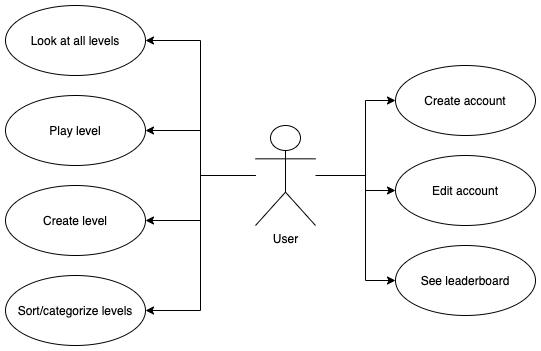
This is images/UseCaseDiagram_CS-Play.png from jdr479/CS-Play, a draw.io export, as it was before one commit. Source tidied: cells renumbered, new cells last; positions are measured from the earlier drawing's top-left corner, leaving out a move shared by most shapes.
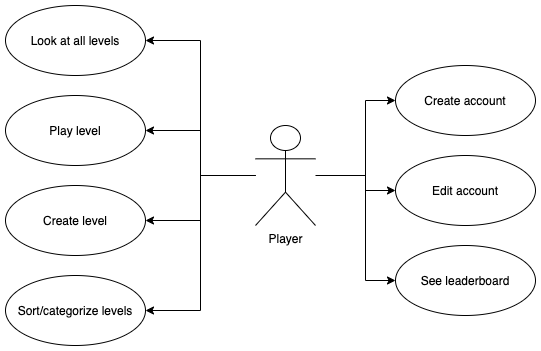
Above is the later version.

The edit, as a diff of the source:
```diff
@@ -2,7 +2,7 @@
   <root>
     <mxCell id="0" />
     <mxCell id="1" parent="0" />
-    <mxCell id="2" value="User" style="shape=umlActor;verticalLabelPosition=bottom;verticalAlign=top;html=1;outlineConnect=0;" parent="1" vertex="1">
+    <mxCell id="2" value="Player" style="shape=umlActor;verticalLabelPosition=bottom;verticalAlign=top;html=1;outlineConnect=0;" parent="1" vertex="1">
       <mxGeometry x="250" y="120" width="60" height="100" as="geometry" />
     </mxCell>
     <mxCell id="3" style="edgeStyle=orthogonalEdgeStyle;rounded=0;jettySize=auto;html=1;endArrow=classic;endFill=1;entryX=1;entryY=0.5;entryDx=0;entryDy=0;" parent="1" edge="1" source="2" target="4">
```
